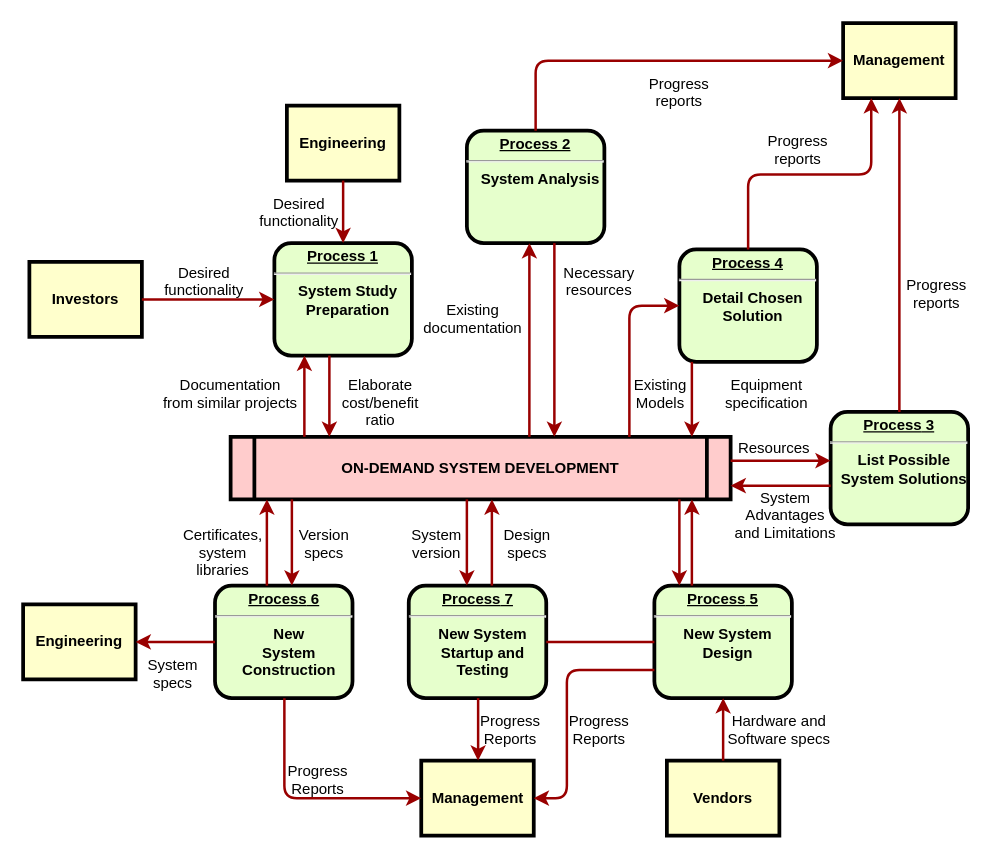
Above: Untitled Diagram.drawio in sedudu/DO180-apps (draw.io), before the change. Source tidied: cells renumbered, new cells numbered last; positions are measured from the earlier drawing's top-left corner, leaving out a move shared by most shapes. Both pictures are drawn from the tidied source at 125%, with x=0, y=0 at pixel (22, 22).
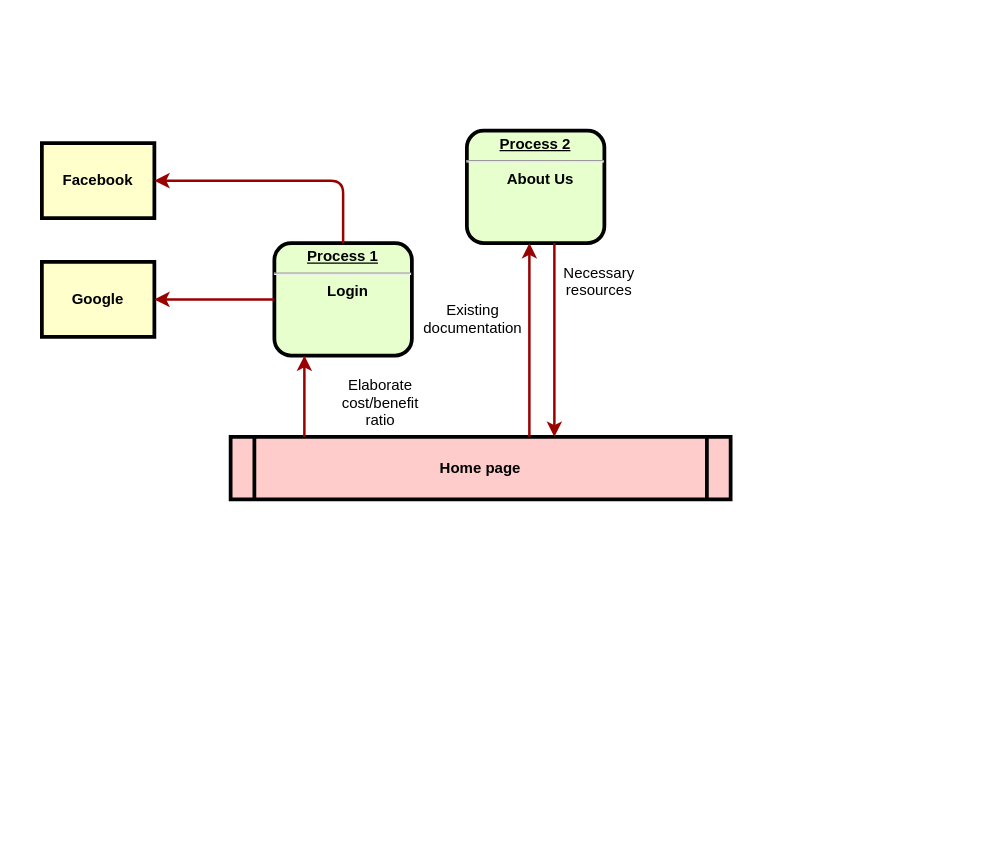
The same page after the edit.

The edit, as a diff of the source:
```diff
@@
-    <mxCell id="2" value="&lt;p style=&quot;margin: 0px; margin-top: 4px; text-align: center; text-decoration: underline;&quot;&gt;&lt;strong&gt;Process 1&lt;br /&gt;&lt;/strong&gt;&lt;/p&gt;&lt;hr /&gt;&lt;p style=&quot;margin: 0px; margin-left: 8px;&quot;&gt;System Study&lt;/p&gt;&lt;p style=&quot;margin: 0px; margin-left: 8px;&quot;&gt;Preparation&lt;/p&gt;" style="verticalAlign=middle;align=center;overflow=fill;fontSize=12;fontFamily=Helvetica;html=1;rounded=1;fontStyle=1;strokeWidth=3;fillColor=#E6FFCC;" parent="1" vertex="1">
+    <mxCell id="2" value="&lt;p style=&quot;margin: 0px ; margin-top: 4px ; text-align: center ; text-decoration: underline&quot;&gt;&lt;strong&gt;Process 1&lt;br&gt;&lt;/strong&gt;&lt;/p&gt;&lt;hr&gt;&lt;p style=&quot;margin: 0px ; margin-left: 8px&quot;&gt;Login&lt;/p&gt;" style="verticalAlign=middle;align=center;overflow=fill;fontSize=12;fontFamily=Helvetica;html=1;rounded=1;fontStyle=1;strokeWidth=3;fillColor=#E6FFCC;" parent="1" vertex="1">
       <mxGeometry x="201" y="176" width="110" height="90" as="geometry" />
     </mxCell>
-    <mxCell id="3" value="Engineering" style="whiteSpace=wrap;align=center;verticalAlign=middle;fontStyle=1;strokeWidth=3;fillColor=#FFFFCC;" parent="1" vertex="1">
-      <mxGeometry x="211" y="66" width="90" height="60" as="geometry" />
+    <mxCell id="3" value="Google" style="whiteSpace=wrap;align=center;verticalAlign=middle;fontStyle=1;strokeWidth=3;fillColor=#FFFFCC;" parent="1" vertex="1">
+      <mxGeometry x="15" y="191" width="90" height="60" as="geometry" />
     </mxCell>
-    <mxCell id="4" value="Investors" style="whiteSpace=wrap;align=center;verticalAlign=middle;fontStyle=1;strokeWidth=3;fillColor=#FFFFCC;" parent="1" vertex="1">
-      <mxGeometry x="5" y="191" width="90" height="60" as="geometry" />
-    </mxCell>
-    <mxCell id="5" value="ON-DEMAND SYSTEM DEVELOPMENT" style="shape=process;whiteSpace=wrap;align=center;verticalAlign=middle;size=0.0475;fontStyle=1;strokeWidth=3;fillColor=#FFCCCC;" parent="1" vertex="1">
+    <mxCell id="5" value="Home page" style="shape=process;whiteSpace=wrap;align=center;verticalAlign=middle;size=0.0475;fontStyle=1;strokeWidth=3;fillColor=#FFCCCC;" parent="1" vertex="1">
       <mxGeometry x="166" y="331" width="400" height="50" as="geometry" />
     </mxCell>
-    <mxCell id="6" value="&lt;p style=&quot;margin: 0px; margin-top: 4px; text-align: center; text-decoration: underline;&quot;&gt;&lt;strong&gt;Process 2&lt;br /&gt;&lt;/strong&gt;&lt;/p&gt;&lt;hr /&gt;&lt;p style=&quot;margin: 0px; margin-left: 8px;&quot;&gt;System Analysis&lt;/p&gt;" style="verticalAlign=middle;align=center;overflow=fill;fontSize=12;fontFamily=Helvetica;html=1;rounded=1;fontStyle=1;strokeWidth=3;fillColor=#E6FFCC;" parent="1" vertex="1">
+    <mxCell id="6" value="&lt;p style=&quot;margin: 0px ; margin-top: 4px ; text-align: center ; text-decoration: underline&quot;&gt;&lt;strong&gt;Process 2&lt;br&gt;&lt;/strong&gt;&lt;/p&gt;&lt;hr&gt;&lt;p style=&quot;margin: 0px ; margin-left: 8px&quot;&gt;About Us&lt;/p&gt;" style="verticalAlign=middle;align=center;overflow=fill;fontSize=12;fontFamily=Helvetica;html=1;rounded=1;fontStyle=1;strokeWidth=3;fillColor=#E6FFCC;" parent="1" vertex="1">
       <mxGeometry x="355" y="86" width="110" height="90" as="geometry" />
     </mxCell>
-    <mxCell id="7" value="&lt;p style=&quot;margin: 0px; margin-top: 4px; text-align: center; text-decoration: underline;&quot;&gt;&lt;strong&gt;&lt;strong&gt;Process&lt;/strong&gt; 3&lt;br /&gt;&lt;/strong&gt;&lt;/p&gt;&lt;hr /&gt;&lt;p style=&quot;margin: 0px; margin-left: 8px;&quot;&gt;List Possible&lt;/p&gt;&lt;p style=&quot;margin: 0px; margin-left: 8px;&quot;&gt;System Solutions&lt;/p&gt;" style="verticalAlign=middle;align=center;overflow=fill;fontSize=12;fontFamily=Helvetica;html=1;rounded=1;fontStyle=1;strokeWidth=3;fillColor=#E6FFCC;" parent="1" vertex="1">
-      <mxGeometry x="646" y="311" width="110" height="90" as="geometry" />
-    </mxCell>
-    <mxCell id="8" value="&lt;p style=&quot;margin: 0px; margin-top: 4px; text-align: center; text-decoration: underline;&quot;&gt;&lt;strong&gt;&lt;strong&gt;Process&lt;/strong&gt; 4&lt;br /&gt;&lt;/strong&gt;&lt;/p&gt;&lt;hr /&gt;&lt;p style=&quot;margin: 0px; margin-left: 8px;&quot;&gt;Detail Chosen&lt;/p&gt;&lt;p style=&quot;margin: 0px; margin-left: 8px;&quot;&gt;Solution&lt;/p&gt;" style="verticalAlign=middle;align=center;overflow=fill;fontSize=12;fontFamily=Helvetica;html=1;rounded=1;fontStyle=1;strokeWidth=3;fillColor=#E6FFCC;" parent="1" vertex="1">
-      <mxGeometry x="525" y="181" width="110" height="90" as="geometry" />
-    </mxCell>
-    <mxCell id="9" value="&lt;p style=&quot;margin: 0px; margin-top: 4px; text-align: center; text-decoration: underline;&quot;&gt;&lt;strong&gt;&lt;strong&gt;Process&lt;/strong&gt; 5&lt;br /&gt;&lt;/strong&gt;&lt;/p&gt;&lt;hr /&gt;&lt;p style=&quot;margin: 0px; margin-left: 8px;&quot;&gt;New System&lt;/p&gt;&lt;p style=&quot;margin: 0px; margin-left: 8px;&quot;&gt;Design&lt;/p&gt;" style="verticalAlign=middle;align=center;overflow=fill;fontSize=12;fontFamily=Helvetica;html=1;rounded=1;fontStyle=1;strokeWidth=3;fillColor=#E6FFCC;" parent="1" vertex="1">
-      <mxGeometry x="505" y="450" width="110" height="90" as="geometry" />
-    </mxCell>
-    <mxCell id="10" value="&lt;p style=&quot;margin: 0px; margin-top: 4px; text-align: center; text-decoration: underline;&quot;&gt;&lt;strong&gt;&lt;strong&gt;Process&lt;/strong&gt; 6&lt;br /&gt;&lt;/strong&gt;&lt;/p&gt;&lt;hr /&gt;&lt;p style=&quot;margin: 0px; margin-left: 8px;&quot;&gt;New&lt;/p&gt;&lt;p style=&quot;margin: 0px; margin-left: 8px;&quot;&gt;System&lt;/p&gt;&lt;p style=&quot;margin: 0px; margin-left: 8px;&quot;&gt;Construction&lt;/p&gt;" style="verticalAlign=middle;align=center;overflow=fill;fontSize=12;fontFamily=Helvetica;html=1;rounded=1;fontStyle=1;strokeWidth=3;fillColor=#E6FFCC;" parent="1" vertex="1">
-      <mxGeometry x="153.5" y="450" width="110" height="90" as="geometry" />
-    </mxCell>
-    <mxCell id="11" value="Management" style="whiteSpace=wrap;align=center;verticalAlign=middle;fontStyle=1;strokeWidth=3;fillColor=#FFFFCC;" parent="1" vertex="1">
-      <mxGeometry x="656" width="90" height="60" as="geometry" />
-    </mxCell>
-    <mxCell id="12" value="Management" style="whiteSpace=wrap;align=center;verticalAlign=middle;fontStyle=1;strokeWidth=3;fillColor=#FFFFCC;" parent="1" vertex="1">
-      <mxGeometry x="318.5" y="590" width="90" height="60" as="geometry" />
-    </mxCell>
-    <mxCell id="13" value="Engineering" style="whiteSpace=wrap;align=center;verticalAlign=middle;fontStyle=1;strokeWidth=3;fillColor=#FFFFCC;" parent="1" vertex="1">
-      <mxGeometry y="465" width="90" height="60" as="geometry" />
-    </mxCell>
-    <mxCell id="14" value="Vendors" style="whiteSpace=wrap;align=center;verticalAlign=middle;fontStyle=1;strokeWidth=3;fillColor=#FFFFCC;" parent="1" vertex="1">
-      <mxGeometry x="515" y="590" width="90" height="60" as="geometry" />
-    </mxCell>
-    <mxCell id="15" style="edgeStyle=none;noEdgeStyle=1;strokeColor=#990000;strokeWidth=2;" parent="1" edge="1" source="3" target="2">
+    <mxCell id="15" style="edgeStyle=none;noEdgeStyle=1;strokeColor=#990000;strokeWidth=2;entryX=1;entryY=0.5;entryDx=0;entryDy=0;exitX=0;exitY=0.5;exitDx=0;exitDy=0;" parent="1" edge="1" source="2" target="3">
       <mxGeometry relative="1" as="geometry" />
     </mxCell>
-    <mxCell id="16" style="edgeStyle=none;noEdgeStyle=1;strokeColor=#990000;strokeWidth=2;" parent="1" edge="1" source="4" target="2">
-      <mxGeometry relative="1" as="geometry" />
-    </mxCell>
-    <mxCell id="17" value="&lt;p style=&quot;margin: 0px; margin-top: 4px; text-align: center; text-decoration: underline;&quot;&gt;&lt;strong&gt;&lt;strong&gt;Process&lt;/strong&gt; 7&lt;br /&gt;&lt;/strong&gt;&lt;/p&gt;&lt;hr /&gt;&lt;p style=&quot;margin: 0px; margin-left: 8px;&quot;&gt;New System&lt;/p&gt;&lt;p style=&quot;margin: 0px; margin-left: 8px;&quot;&gt;Startup and&lt;/p&gt;&lt;p style=&quot;margin: 0px; margin-left: 8px;&quot;&gt;Testing&lt;/p&gt;" style="verticalAlign=middle;align=center;overflow=fill;fontSize=12;fontFamily=Helvetica;html=1;rounded=1;fontStyle=1;strokeWidth=3;fillColor=#E6FFCC;" parent="1" vertex="1">
-      <mxGeometry x="308.5" y="450" width="110" height="90" as="geometry" />
-    </mxCell>
-    <mxCell id="18" style="endArrow=none;noEdgeStyle=1;strokeColor=#990000;strokeWidth=2;" parent="1" edge="1" source="9" target="17">
-      <mxGeometry relative="1" as="geometry" />
-    </mxCell>
-    <mxCell id="19" value="Desired &#10;functionality" style="text;spacingTop=-5;align=center;" parent="1" vertex="1">
-      <mxGeometry x="130" y="191" width="30" height="20" as="geometry" />
-    </mxCell>
-    <mxCell id="20" value="Desired &#10;functionality" style="text;spacingTop=-5;align=center;" parent="1" vertex="1">
-      <mxGeometry x="206" y="136" width="30" height="20" as="geometry" />
-    </mxCell>
-    <mxCell id="21" value="Documentation&#10;from similar projects" style="text;spacingTop=-5;align=center;" parent="1" vertex="1">
-      <mxGeometry x="151" y="281" width="30" height="20" as="geometry" />
-    </mxCell>
@@
-    <mxCell id="23" style="edgeStyle=elbowEdgeStyle;elbow=horizontal;strokeColor=#990000;strokeWidth=2;" parent="1" edge="1" source="2" target="5">
-      <mxGeometry relative="1" as="geometry">
-        <Array as="points">
-          <mxPoint x="245" y="300" />
-        </Array>
-      </mxGeometry>
-    </mxCell>
@@
-    <mxCell id="29" value="Progress&#10;reports" style="text;spacingTop=-5;align=center;" parent="1" vertex="1">
-      <mxGeometry x="510" y="40" width="30" height="20" as="geometry" />
-    </mxCell>
-    <mxCell id="30" value="Progress&#10;reports" style="text;spacingTop=-5;align=center;" parent="1" vertex="1">
-      <mxGeometry x="605" y="86" width="30" height="20" as="geometry" />
-    </mxCell>
-    <mxCell id="31" value="Progress&#10;reports" style="text;spacingTop=-5;align=center;" parent="1" vertex="1">
-      <mxGeometry x="716" y="201" width="30" height="20" as="geometry" />
-    </mxCell>
-    <mxCell id="32" style="edgeStyle=elbowEdgeStyle;elbow=horizontal;strokeColor=#990000;strokeWidth=2;" parent="1" edge="1" source="6" target="11">
-      <mxGeometry relative="1" as="geometry">
-        <Array as="points">
-          <mxPoint x="410" y="80" />
-        </Array>
-      </mxGeometry>
-    </mxCell>
-    <mxCell id="33" style="edgeStyle=elbowEdgeStyle;elbow=vertical;entryX=0.25;entryY=1;strokeColor=#990000;strokeWidth=2;" parent="1" edge="1" source="8" target="11">
-      <mxGeometry relative="1" as="geometry" />
-    </mxCell>
-    <mxCell id="34" style="edgeStyle=elbowEdgeStyle;elbow=horizontal;strokeColor=#990000;strokeWidth=2;" parent="1" edge="1" source="7" target="11">
-      <mxGeometry relative="1" as="geometry" />
-    </mxCell>
-    <mxCell id="35" style="edgeStyle=elbowEdgeStyle;elbow=horizontal;strokeColor=#990000;strokeWidth=2;" parent="1" edge="1" source="8" target="5">
-      <mxGeometry relative="1" as="geometry">
-        <Array as="points">
-          <mxPoint x="535" y="300" />
-        </Array>
-      </mxGeometry>
-    </mxCell>
-    <mxCell id="36" style="edgeStyle=segmentEdgeStyle;strokeColor=#990000;strokeWidth=2;" parent="1" edge="1" source="5" target="8">
-      <mxGeometry relative="1" as="geometry">
-        <Array as="points">
-          <mxPoint x="485" y="226" />
-        </Array>
-      </mxGeometry>
-    </mxCell>
-    <mxCell id="37" value="Existing&#10;Models" style="text;spacingTop=-5;align=center;" parent="1" vertex="1">
-      <mxGeometry x="495" y="281" width="30" height="20" as="geometry" />
-    </mxCell>
-    <mxCell id="38" value="Equipment&#10;specification" style="text;spacingTop=-5;align=center;" parent="1" vertex="1">
-      <mxGeometry x="580" y="281" width="30" height="20" as="geometry" />
-    </mxCell>
-    <mxCell id="39" style="edgeStyle=elbowEdgeStyle;elbow=vertical;strokeColor=#990000;strokeWidth=2;" parent="1" edge="1" source="5" target="7">
-      <mxGeometry relative="1" as="geometry">
-        <Array as="points">
-          <mxPoint x="615" y="350" />
-        </Array>
-      </mxGeometry>
-    </mxCell>
-    <mxCell id="40" style="edgeStyle=elbowEdgeStyle;elbow=vertical;strokeColor=#990000;strokeWidth=2;" parent="1" edge="1" source="7" target="5">
-      <mxGeometry relative="1" as="geometry">
-        <Array as="points">
-          <mxPoint x="615" y="370" />
-        </Array>
-      </mxGeometry>
-    </mxCell>
-    <mxCell id="41" value="Resources" style="text;spacingTop=-5;align=center;" parent="1" vertex="1">
-      <mxGeometry x="586" y="331" width="30" height="20" as="geometry" />
-    </mxCell>
-    <mxCell id="42" value="System &#10;Advantages &#10;and Limitations" style="text;spacingTop=-5;align=center;" parent="1" vertex="1">
-      <mxGeometry x="595" y="371" width="30" height="20" as="geometry" />
-    </mxCell>
-    <mxCell id="43" style="edgeStyle=elbowEdgeStyle;elbow=horizontal;strokeColor=#990000;strokeWidth=2;" parent="1" edge="1" source="9" target="5">
-      <mxGeometry relative="1" as="geometry">
-        <Array as="points">
-          <mxPoint x="535" y="410" />
-        </Array>
-      </mxGeometry>
-    </mxCell>
-    <mxCell id="44" style="edgeStyle=elbowEdgeStyle;elbow=horizontal;strokeColor=#990000;strokeWidth=2;" parent="1" edge="1" source="5" target="9">
-      <mxGeometry relative="1" as="geometry">
-        <Array as="points">
-          <mxPoint x="525" y="420" />
-        </Array>
-      </mxGeometry>
-    </mxCell>
-    <mxCell id="45" style="edgeStyle=elbowEdgeStyle;elbow=horizontal;strokeColor=#990000;strokeWidth=2;" parent="1" edge="1" source="14" target="9">
-      <mxGeometry relative="1" as="geometry" />
-    </mxCell>
-    <mxCell id="46" value="Hardware and&#10;Software specs" style="text;spacingTop=-5;align=center;" parent="1" vertex="1">
-      <mxGeometry x="590" y="550" width="30" height="20" as="geometry" />
-    </mxCell>
-    <mxCell id="47" style="edgeStyle=elbowEdgeStyle;elbow=horizontal;exitX=0;exitY=0.75;strokeColor=#990000;strokeWidth=2;" parent="1" edge="1" source="9" target="12">
-      <mxGeometry relative="1" as="geometry">
-        <Array as="points">
-          <mxPoint x="435" y="570" />
-        </Array>
-      </mxGeometry>
-    </mxCell>
-    <mxCell id="48" value="Progress&#10;Reports" style="text;spacingTop=-5;align=center;" parent="1" vertex="1">
-      <mxGeometry x="446" y="550" width="30" height="20" as="geometry" />
-    </mxCell>
-    <mxCell id="49" style="edgeStyle=elbowEdgeStyle;elbow=horizontal;strokeColor=#990000;strokeWidth=2;" parent="1" edge="1" source="17" target="12">
-      <mxGeometry relative="1" as="geometry" />
-    </mxCell>
-    <mxCell id="50" value="Progress&#10;Reports" style="text;spacingTop=-5;align=center;" parent="1" vertex="1">
-      <mxGeometry x="375" y="550" width="30" height="20" as="geometry" />
-    </mxCell>
-    <mxCell id="51" style="edgeStyle=elbowEdgeStyle;elbow=horizontal;strokeColor=#990000;strokeWidth=2;" parent="1" edge="1" source="10" target="12">
-      <mxGeometry relative="1" as="geometry">
-        <Array as="points">
-          <mxPoint x="209" y="570" />
-        </Array>
-      </mxGeometry>
-    </mxCell>
-    <mxCell id="52" value="Progress&#10;Reports" style="text;spacingTop=-5;align=center;" parent="1" vertex="1">
-      <mxGeometry x="221" y="590" width="30" height="20" as="geometry" />
-    </mxCell>
-    <mxCell id="53" style="edgeStyle=elbowEdgeStyle;elbow=vertical;strokeColor=#990000;strokeWidth=2;" parent="1" edge="1" source="10" target="13">
-      <mxGeometry relative="1" as="geometry" />
-    </mxCell>
-    <mxCell id="54" style="edgeStyle=elbowEdgeStyle;elbow=horizontal;strokeColor=#990000;strokeWidth=2;" parent="1" edge="1" source="5" target="17">
-      <mxGeometry relative="1" as="geometry">
-        <Array as="points">
-          <mxPoint x="355" y="410" />
-        </Array>
-      </mxGeometry>
-    </mxCell>
-    <mxCell id="55" style="edgeStyle=elbowEdgeStyle;elbow=horizontal;strokeColor=#990000;strokeWidth=2;" parent="1" edge="1" source="17" target="5">
-      <mxGeometry relative="1" as="geometry">
-        <Array as="points">
-          <mxPoint x="375" y="410" />
-        </Array>
-      </mxGeometry>
-    </mxCell>
-    <mxCell id="56" value="Version&#10;specs" style="text;spacingTop=-5;align=center;" parent="1" vertex="1">
-      <mxGeometry x="226" y="401" width="30" height="20" as="geometry" />
-    </mxCell>
-    <mxCell id="57" value="Certificates,&#10;system&#10;libraries" style="text;spacingTop=-5;align=center;" parent="1" vertex="1">
-      <mxGeometry x="145" y="401" width="30" height="20" as="geometry" />
-    </mxCell>
-    <mxCell id="58" style="edgeStyle=elbowEdgeStyle;elbow=horizontal;strokeColor=#990000;strokeWidth=2;" parent="1" edge="1" source="5" target="10">
-      <mxGeometry relative="1" as="geometry">
-        <Array as="points">
-          <mxPoint x="215" y="410" />
-        </Array>
-      </mxGeometry>
-    </mxCell>
-    <mxCell id="59" style="edgeStyle=elbowEdgeStyle;elbow=horizontal;strokeColor=#990000;strokeWidth=2;" parent="1" edge="1" source="10" target="5">
-      <mxGeometry relative="1" as="geometry">
-        <Array as="points">
-          <mxPoint x="195" y="410" />
-        </Array>
-      </mxGeometry>
-    </mxCell>
-    <mxCell id="60" value="System&#10;specs" style="text;spacingTop=-5;align=center;" parent="1" vertex="1">
-      <mxGeometry x="105" y="505" width="30" height="20" as="geometry" />
-    </mxCell>
-    <mxCell id="61" value="Design&#10;specs" style="text;spacingTop=-5;align=center;" parent="1" vertex="1">
-      <mxGeometry x="388.5" y="401" width="30" height="20" as="geometry" />
-    </mxCell>
-    <mxCell id="62" value="System&#10;version" style="text;spacingTop=-5;align=center;" parent="1" vertex="1">
-      <mxGeometry x="316" y="401" width="30" height="20" as="geometry" />
-    </mxCell>
+    <mxCell id="63" value="Facebook" style="whiteSpace=wrap;align=center;verticalAlign=middle;fontStyle=1;strokeWidth=3;fillColor=#FFFFCC;" parent="1" vertex="1">
+      <mxGeometry x="15" y="96" width="90" height="60" as="geometry" />
+    </mxCell>
+    <mxCell id="64" style="edgeStyle=none;noEdgeStyle=1;strokeColor=#990000;strokeWidth=2;entryX=1;entryY=0.5;entryDx=0;entryDy=0;exitX=0.5;exitY=0;exitDx=0;exitDy=0;" parent="1" edge="1" source="2" target="63">
+      <mxGeometry relative="1" as="geometry">
+        <Array as="points">
+          <mxPoint x="256" y="126" />
+        </Array>
+      </mxGeometry>
+    </mxCell>
```
